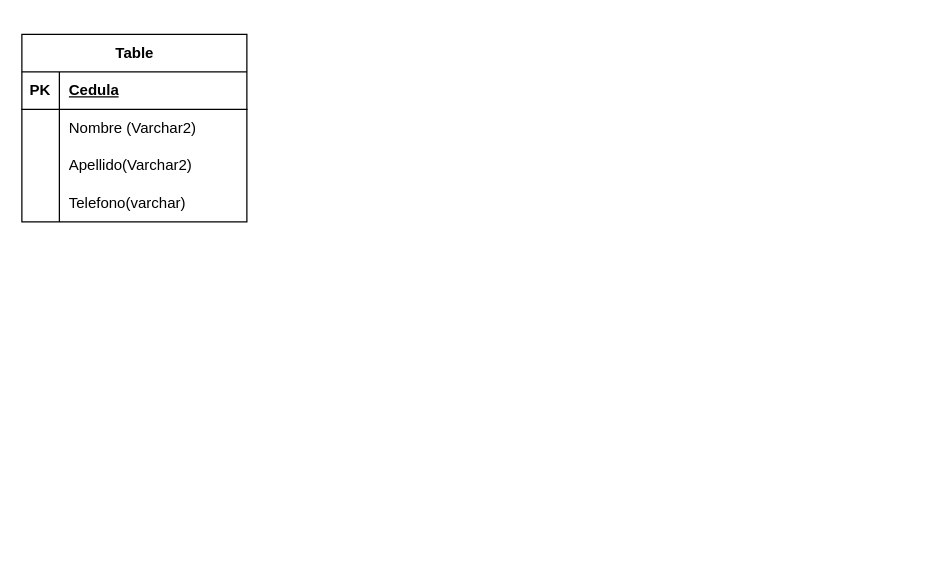
This is Diagrama tarea1 L BD.drawio from StimpyCR/DrawiIO, a draw.io file, before an edit. Source tidied: cells renumbered, new cells numbered last; positions are measured from the earlier drawing's top-left corner, leaving out a move shared by most shapes. Both pictures are drawn from the tidied source at 125%, with x=0, y=0 at pixel (21, 34).
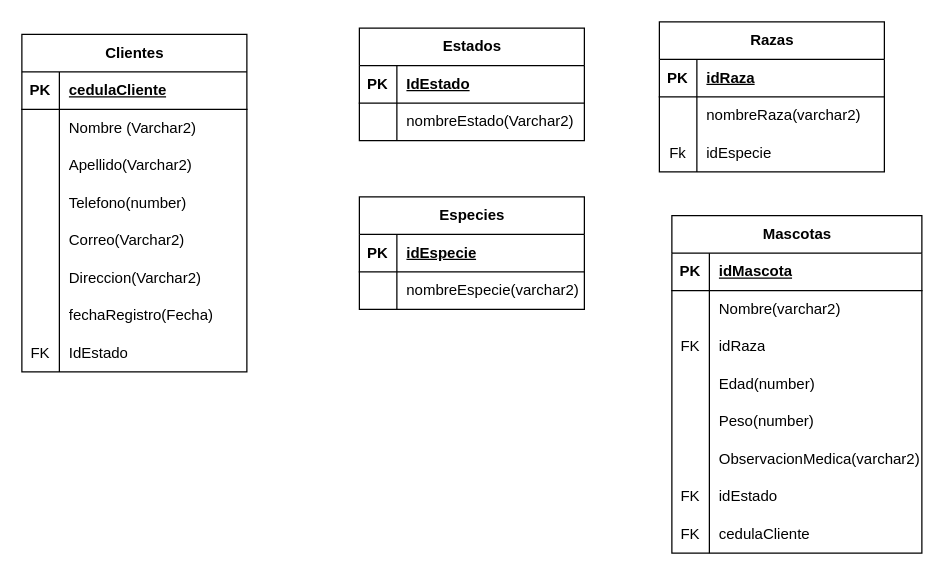
The same diagram, later.

The change refers to these unchanged cells:
```xml
<mxCell id="3" style="shape=tableRow;horizontal=0;startSize=0;swimlaneHead=0;swimlaneBody=0;fillColor=none;top=0;left=0;right=0;bottom=1;" parent="2" vertex="1">
  <mxGeometry y="30" width="180" height="30" as="geometry" />
</mxCell>
<mxCell id="12" style="shape=tableRow;horizontal=0;startSize=0;swimlaneHead=0;swimlaneBody=0;fillColor=none;top=0;left=0;right=0;bottom=0;" parent="2" vertex="1">
  <mxGeometry y="120" width="180" height="30" as="geometry" />
</mxCell>
```

Diff of the diagram source:
```diff
@@
-    <mxCell id="2" value="Table" style="shape=table;startSize=30;childLayout=tableLayout;rowLines=0;fontStyle=1;align=center;html=1;" parent="1" vertex="1">
-      <mxGeometry width="180" height="150" as="geometry" />
+    <mxCell id="2" value="Clientes" style="shape=table;startSize=30;childLayout=tableLayout;rowLines=0;fontStyle=1;align=center;html=1;" parent="1" vertex="1">
+      <mxGeometry width="180" height="270" as="geometry" />
     </mxCell>
@@
-    <mxCell id="5" value="Cedula" style="shape=partialRectangle;fillColor=none;top=0;left=0;bottom=0;right=0;align=left;spacingLeft=6;fontStyle=5;overflow=hidden;whiteSpace=wrap;html=1;" parent="3" vertex="1">
+    <mxCell id="5" value="cedulaCliente" style="shape=partialRectangle;fillColor=none;top=0;left=0;bottom=0;right=0;align=left;spacingLeft=6;fontStyle=5;overflow=hidden;whiteSpace=wrap;html=1;" parent="3" vertex="1">
       <mxGeometry x="30" width="150" height="30" as="geometry" />
     </mxCell>
@@
-    <mxCell id="14" value="Telefono(varchar)" style="shape=partialRectangle;fillColor=none;top=0;left=0;bottom=0;right=0;align=left;spacingLeft=6;overflow=hidden;whiteSpace=wrap;html=1;" parent="12" vertex="1">
+    <mxCell id="14" value="Telefono(number)" style="shape=partialRectangle;fillColor=none;top=0;left=0;bottom=0;right=0;align=left;spacingLeft=6;overflow=hidden;whiteSpace=wrap;html=1;" parent="12" vertex="1">
       <mxGeometry x="30" width="150" height="30" as="geometry" />
     </mxCell>
+    <mxCell id="15" style="shape=tableRow;horizontal=0;startSize=0;swimlaneHead=0;swimlaneBody=0;fillColor=none;top=0;left=0;right=0;bottom=0;" parent="2" vertex="1">
+      <mxGeometry y="150" width="180" height="30" as="geometry" />
+    </mxCell>
+    <mxCell id="16" style="shape=partialRectangle;fillColor=none;top=0;left=0;bottom=0;right=0;overflow=hidden;whiteSpace=wrap;html=1;" parent="15" vertex="1">
+      <mxGeometry width="30" height="30" as="geometry" />
+    </mxCell>
+    <mxCell id="17" value="Correo(Varchar2)" style="shape=partialRectangle;fillColor=none;top=0;left=0;bottom=0;right=0;align=left;spacingLeft=6;overflow=hidden;whiteSpace=wrap;html=1;" parent="15" vertex="1">
+      <mxGeometry x="30" width="150" height="30" as="geometry" />
+    </mxCell>
+    <mxCell id="18" style="shape=tableRow;horizontal=0;startSize=0;swimlaneHead=0;swimlaneBody=0;fillColor=none;top=0;left=0;right=0;bottom=0;" parent="2" vertex="1">
+      <mxGeometry y="180" width="180" height="30" as="geometry" />
+    </mxCell>
+    <mxCell id="19" style="shape=partialRectangle;fillColor=none;top=0;left=0;bottom=0;right=0;overflow=hidden;whiteSpace=wrap;html=1;" parent="18" vertex="1">
+      <mxGeometry width="30" height="30" as="geometry" />
+    </mxCell>
+    <mxCell id="20" value="Direccion(Varchar2)" style="shape=partialRectangle;fillColor=none;top=0;left=0;bottom=0;right=0;align=left;spacingLeft=6;overflow=hidden;whiteSpace=wrap;html=1;" parent="18" vertex="1">
+      <mxGeometry x="30" width="150" height="30" as="geometry" />
+    </mxCell>
+    <mxCell id="21" style="shape=tableRow;horizontal=0;startSize=0;swimlaneHead=0;swimlaneBody=0;fillColor=none;top=0;left=0;right=0;bottom=0;" parent="2" vertex="1">
+      <mxGeometry y="210" width="180" height="30" as="geometry" />
+    </mxCell>
+    <mxCell id="22" style="shape=partialRectangle;fillColor=none;top=0;left=0;bottom=0;right=0;overflow=hidden;whiteSpace=wrap;html=1;" parent="21" vertex="1">
+      <mxGeometry width="30" height="30" as="geometry" />
+    </mxCell>
+    <mxCell id="23" value="fechaRegistro(Fecha)" style="shape=partialRectangle;fillColor=none;top=0;left=0;bottom=0;right=0;align=left;spacingLeft=6;overflow=hidden;whiteSpace=wrap;html=1;" parent="21" vertex="1">
+      <mxGeometry x="30" width="150" height="30" as="geometry" />
+    </mxCell>
+    <mxCell id="24" style="shape=tableRow;horizontal=0;startSize=0;swimlaneHead=0;swimlaneBody=0;fillColor=none;top=0;left=0;right=0;bottom=0;" parent="2" vertex="1">
+      <mxGeometry y="240" width="180" height="30" as="geometry" />
+    </mxCell>
+    <mxCell id="25" value="FK" style="shape=partialRectangle;fillColor=none;top=0;left=0;bottom=0;right=0;overflow=hidden;whiteSpace=wrap;html=1;" parent="24" vertex="1">
+      <mxGeometry width="30" height="30" as="geometry" />
+    </mxCell>
+    <mxCell id="26" value="IdEstado" style="shape=partialRectangle;fillColor=none;top=0;left=0;bottom=0;right=0;align=left;spacingLeft=6;overflow=hidden;whiteSpace=wrap;html=1;" parent="24" vertex="1">
+      <mxGeometry x="30" width="150" height="30" as="geometry" />
+    </mxCell>
+    <mxCell id="27" value="Estados" style="shape=table;startSize=30;childLayout=tableLayout;rowLines=0;fontStyle=1;align=center;html=1;" parent="1" vertex="1">
+      <mxGeometry x="270" y="-5" width="180" height="90" as="geometry" />
+    </mxCell>
+    <mxCell id="28" style="shape=tableRow;horizontal=0;startSize=0;swimlaneHead=0;swimlaneBody=0;fillColor=none;top=0;left=0;right=0;bottom=1;" parent="27" vertex="1">
+      <mxGeometry y="30" width="180" height="30" as="geometry" />
+    </mxCell>
+    <mxCell id="29" value="PK" style="shape=partialRectangle;fillColor=none;top=0;left=0;bottom=0;right=0;fontStyle=1;overflow=hidden;whiteSpace=wrap;html=1;" parent="28" vertex="1">
+      <mxGeometry width="30" height="30" as="geometry" />
+    </mxCell>
+    <mxCell id="30" value="IdEstado" style="shape=partialRectangle;fillColor=none;top=0;left=0;bottom=0;right=0;align=left;spacingLeft=6;fontStyle=5;overflow=hidden;whiteSpace=wrap;html=1;" parent="28" vertex="1">
+      <mxGeometry x="30" width="150" height="30" as="geometry" />
+    </mxCell>
+    <mxCell id="31" style="shape=tableRow;horizontal=0;startSize=0;swimlaneHead=0;swimlaneBody=0;fillColor=none;top=0;left=0;right=0;bottom=0;" parent="27" vertex="1">
+      <mxGeometry y="60" width="180" height="30" as="geometry" />
+    </mxCell>
+    <mxCell id="32" style="shape=partialRectangle;fillColor=none;top=0;left=0;bottom=0;right=0;overflow=hidden;whiteSpace=wrap;html=1;" parent="31" vertex="1">
+      <mxGeometry width="30" height="30" as="geometry" />
+    </mxCell>
+    <mxCell id="33" value="nombreEstado(Varchar2)" style="shape=partialRectangle;fillColor=none;top=0;left=0;bottom=0;right=0;align=left;spacingLeft=6;overflow=hidden;whiteSpace=wrap;html=1;" parent="31" vertex="1">
+      <mxGeometry x="30" width="150" height="30" as="geometry" />
+    </mxCell>
+    <mxCell id="34" value="Especies" style="shape=table;startSize=30;childLayout=tableLayout;rowLines=0;fontStyle=1;align=center;html=1;" parent="1" vertex="1">
+      <mxGeometry x="270" y="130" width="180" height="90" as="geometry" />
+    </mxCell>
+    <mxCell id="35" style="shape=tableRow;horizontal=0;startSize=0;swimlaneHead=0;swimlaneBody=0;fillColor=none;top=0;left=0;right=0;bottom=1;" parent="34" vertex="1">
+      <mxGeometry y="30" width="180" height="30" as="geometry" />
+    </mxCell>
+    <mxCell id="36" value="PK" style="shape=partialRectangle;fillColor=none;top=0;left=0;bottom=0;right=0;fontStyle=1;overflow=hidden;whiteSpace=wrap;html=1;" parent="35" vertex="1">
+      <mxGeometry width="30" height="30" as="geometry" />
+    </mxCell>
+    <mxCell id="37" value="idEspecie" style="shape=partialRectangle;fillColor=none;top=0;left=0;bottom=0;right=0;align=left;spacingLeft=6;fontStyle=5;overflow=hidden;whiteSpace=wrap;html=1;" parent="35" vertex="1">
+      <mxGeometry x="30" width="150" height="30" as="geometry" />
+    </mxCell>
+    <mxCell id="38" style="shape=tableRow;horizontal=0;startSize=0;swimlaneHead=0;swimlaneBody=0;fillColor=none;top=0;left=0;right=0;bottom=0;" parent="34" vertex="1">
+      <mxGeometry y="60" width="180" height="30" as="geometry" />
+    </mxCell>
+    <mxCell id="39" style="shape=partialRectangle;fillColor=none;top=0;left=0;bottom=0;right=0;overflow=hidden;whiteSpace=wrap;html=1;" parent="38" vertex="1">
+      <mxGeometry width="30" height="30" as="geometry" />
+    </mxCell>
+    <mxCell id="40" value="nombreEspecie(varchar2)" style="shape=partialRectangle;fillColor=none;top=0;left=0;bottom=0;right=0;align=left;spacingLeft=6;overflow=hidden;whiteSpace=wrap;html=1;" parent="38" vertex="1">
+      <mxGeometry x="30" width="150" height="30" as="geometry" />
+    </mxCell>
+    <mxCell id="41" value="Razas" style="shape=table;startSize=30;childLayout=tableLayout;rowLines=0;fontStyle=1;align=center;html=1;" parent="1" vertex="1">
+      <mxGeometry x="510" y="-10" width="180" height="120" as="geometry" />
+    </mxCell>
+    <mxCell id="42" style="shape=tableRow;horizontal=0;startSize=0;swimlaneHead=0;swimlaneBody=0;fillColor=none;top=0;left=0;right=0;bottom=1;" parent="41" vertex="1">
+      <mxGeometry y="30" width="180" height="30" as="geometry" />
+    </mxCell>
+    <mxCell id="43" value="PK" style="shape=partialRectangle;fillColor=none;top=0;left=0;bottom=0;right=0;fontStyle=1;overflow=hidden;whiteSpace=wrap;html=1;" parent="42" vertex="1">
+      <mxGeometry width="30" height="30" as="geometry" />
+    </mxCell>
+    <mxCell id="44" value="idRaza" style="shape=partialRectangle;fillColor=none;top=0;left=0;bottom=0;right=0;align=left;spacingLeft=6;fontStyle=5;overflow=hidden;whiteSpace=wrap;html=1;" parent="42" vertex="1">
+      <mxGeometry x="30" width="150" height="30" as="geometry" />
+    </mxCell>
+    <mxCell id="45" style="shape=tableRow;horizontal=0;startSize=0;swimlaneHead=0;swimlaneBody=0;fillColor=none;top=0;left=0;right=0;bottom=0;" parent="41" vertex="1">
+      <mxGeometry y="60" width="180" height="30" as="geometry" />
+    </mxCell>
+    <mxCell id="46" style="shape=partialRectangle;fillColor=none;top=0;left=0;bottom=0;right=0;overflow=hidden;whiteSpace=wrap;html=1;" parent="45" vertex="1">
+      <mxGeometry width="30" height="30" as="geometry" />
+    </mxCell>
+    <mxCell id="47" value="nombreRaza(varchar2)" style="shape=partialRectangle;fillColor=none;top=0;left=0;bottom=0;right=0;align=left;spacingLeft=6;overflow=hidden;whiteSpace=wrap;html=1;" parent="45" vertex="1">
+      <mxGeometry x="30" width="150" height="30" as="geometry" />
+    </mxCell>
+    <mxCell id="48" style="shape=tableRow;horizontal=0;startSize=0;swimlaneHead=0;swimlaneBody=0;fillColor=none;top=0;left=0;right=0;bottom=0;" parent="41" vertex="1">
+      <mxGeometry y="90" width="180" height="30" as="geometry" />
+    </mxCell>
+    <mxCell id="49" value="Fk" style="shape=partialRectangle;fillColor=none;top=0;left=0;bottom=0;right=0;overflow=hidden;whiteSpace=wrap;html=1;" parent="48" vertex="1">
+      <mxGeometry width="30" height="30" as="geometry" />
+    </mxCell>
+    <mxCell id="50" value="idEspecie" style="shape=partialRectangle;fillColor=none;top=0;left=0;bottom=0;right=0;align=left;spacingLeft=6;overflow=hidden;whiteSpace=wrap;html=1;" parent="48" vertex="1">
+      <mxGeometry x="30" width="150" height="30" as="geometry" />
+    </mxCell>
+    <mxCell id="51" value="Mascotas" style="shape=table;startSize=30;childLayout=tableLayout;rowLines=0;fontStyle=1;align=center;html=1;" parent="1" vertex="1">
+      <mxGeometry x="520" y="145" width="200" height="270" as="geometry" />
+    </mxCell>
+    <mxCell id="52" style="shape=tableRow;horizontal=0;startSize=0;swimlaneHead=0;swimlaneBody=0;fillColor=none;top=0;left=0;right=0;bottom=1;" parent="51" vertex="1">
+      <mxGeometry y="30" width="200" height="30" as="geometry" />
+    </mxCell>
+    <mxCell id="53" value="PK" style="shape=partialRectangle;fillColor=none;top=0;left=0;bottom=0;right=0;fontStyle=1;overflow=hidden;whiteSpace=wrap;html=1;" parent="52" vertex="1">
+      <mxGeometry width="30" height="30" as="geometry" />
+    </mxCell>
+    <mxCell id="54" value="idMascota" style="shape=partialRectangle;fillColor=none;top=0;left=0;bottom=0;right=0;align=left;spacingLeft=6;fontStyle=5;overflow=hidden;whiteSpace=wrap;html=1;" parent="52" vertex="1">
+      <mxGeometry x="30" width="170" height="30" as="geometry" />
+    </mxCell>
+    <mxCell id="55" style="shape=tableRow;horizontal=0;startSize=0;swimlaneHead=0;swimlaneBody=0;fillColor=none;top=0;left=0;right=0;bottom=0;" parent="51" vertex="1">
+      <mxGeometry y="60" width="200" height="30" as="geometry" />
+    </mxCell>
+    <mxCell id="56" style="shape=partialRectangle;fillColor=none;top=0;left=0;bottom=0;right=0;overflow=hidden;whiteSpace=wrap;html=1;" parent="55" vertex="1">
+      <mxGeometry width="30" height="30" as="geometry" />
+    </mxCell>
+    <mxCell id="57" value="Nombre(varchar2)" style="shape=partialRectangle;fillColor=none;top=0;left=0;bottom=0;right=0;align=left;spacingLeft=6;overflow=hidden;whiteSpace=wrap;html=1;" parent="55" vertex="1">
+      <mxGeometry x="30" width="170" height="30" as="geometry" />
+    </mxCell>
+    <mxCell id="58" style="shape=tableRow;horizontal=0;startSize=0;swimlaneHead=0;swimlaneBody=0;fillColor=none;top=0;left=0;right=0;bottom=0;" parent="51" vertex="1">
+      <mxGeometry y="90" width="200" height="30" as="geometry" />
+    </mxCell>
+    <mxCell id="59" value="FK" style="shape=partialRectangle;fillColor=none;top=0;left=0;bottom=0;right=0;overflow=hidden;whiteSpace=wrap;html=1;" parent="58" vertex="1">
+      <mxGeometry width="30" height="30" as="geometry" />
+    </mxCell>
+    <mxCell id="60" value="idRaza" style="shape=partialRectangle;fillColor=none;top=0;left=0;bottom=0;right=0;align=left;spacingLeft=6;overflow=hidden;whiteSpace=wrap;html=1;" parent="58" vertex="1">
+      <mxGeometry x="30" width="170" height="30" as="geometry" />
+    </mxCell>
+    <mxCell id="61" style="shape=tableRow;horizontal=0;startSize=0;swimlaneHead=0;swimlaneBody=0;fillColor=none;top=0;left=0;right=0;bottom=0;" parent="51" vertex="1">
+      <mxGeometry y="120" width="200" height="30" as="geometry" />
+    </mxCell>
+    <mxCell id="62" style="shape=partialRectangle;fillColor=none;top=0;left=0;bottom=0;right=0;overflow=hidden;whiteSpace=wrap;html=1;" parent="61" vertex="1">
+      <mxGeometry width="30" height="30" as="geometry" />
+    </mxCell>
+    <mxCell id="63" value="Edad(number)" style="shape=partialRectangle;fillColor=none;top=0;left=0;bottom=0;right=0;align=left;spacingLeft=6;overflow=hidden;whiteSpace=wrap;html=1;" parent="61" vertex="1">
+      <mxGeometry x="30" width="170" height="30" as="geometry" />
+    </mxCell>
+    <mxCell id="64" style="shape=tableRow;horizontal=0;startSize=0;swimlaneHead=0;swimlaneBody=0;fillColor=none;top=0;left=0;right=0;bottom=0;" parent="51" vertex="1">
+      <mxGeometry y="150" width="200" height="30" as="geometry" />
+    </mxCell>
+    <mxCell id="65" style="shape=partialRectangle;fillColor=none;top=0;left=0;bottom=0;right=0;overflow=hidden;whiteSpace=wrap;html=1;" parent="64" vertex="1">
+      <mxGeometry width="30" height="30" as="geometry" />
+    </mxCell>
+    <mxCell id="66" value="Peso(number)" style="shape=partialRectangle;fillColor=none;top=0;left=0;bottom=0;right=0;align=left;spacingLeft=6;overflow=hidden;whiteSpace=wrap;html=1;" parent="64" vertex="1">
+      <mxGeometry x="30" width="170" height="30" as="geometry" />
+    </mxCell>
+    <mxCell id="67" style="shape=tableRow;horizontal=0;startSize=0;swimlaneHead=0;swimlaneBody=0;fillColor=none;top=0;left=0;right=0;bottom=0;" parent="51" vertex="1">
+      <mxGeometry y="180" width="200" height="30" as="geometry" />
+    </mxCell>
+    <mxCell id="68" style="shape=partialRectangle;fillColor=none;top=0;left=0;bottom=0;right=0;overflow=hidden;whiteSpace=wrap;html=1;" parent="67" vertex="1">
+      <mxGeometry width="30" height="30" as="geometry" />
+    </mxCell>
+    <mxCell id="69" value="ObservacionMedica(varchar2)" style="shape=partialRectangle;fillColor=none;top=0;left=0;bottom=0;right=0;align=left;spacingLeft=6;overflow=hidden;whiteSpace=wrap;html=1;" parent="67" vertex="1">
+      <mxGeometry x="30" width="170" height="30" as="geometry" />
+    </mxCell>
+    <mxCell id="70" style="shape=tableRow;horizontal=0;startSize=0;swimlaneHead=0;swimlaneBody=0;fillColor=none;top=0;left=0;right=0;bottom=0;" parent="51" vertex="1">
+      <mxGeometry y="210" width="200" height="30" as="geometry" />
+    </mxCell>
+    <mxCell id="71" value="FK" style="shape=partialRectangle;fillColor=none;top=0;left=0;bottom=0;right=0;overflow=hidden;whiteSpace=wrap;html=1;" parent="70" vertex="1">
+      <mxGeometry width="30" height="30" as="geometry" />
+    </mxCell>
+    <mxCell id="72" value="idEstado" style="shape=partialRectangle;fillColor=none;top=0;left=0;bottom=0;right=0;align=left;spacingLeft=6;overflow=hidden;whiteSpace=wrap;html=1;" parent="70" vertex="1">
+      <mxGeometry x="30" width="170" height="30" as="geometry" />
+    </mxCell>
+    <mxCell id="73" style="shape=tableRow;horizontal=0;startSize=0;swimlaneHead=0;swimlaneBody=0;fillColor=none;top=0;left=0;right=0;bottom=0;" parent="51" vertex="1">
+      <mxGeometry y="240" width="200" height="30" as="geometry" />
+    </mxCell>
+    <mxCell id="74" value="FK" style="shape=partialRectangle;fillColor=none;top=0;left=0;bottom=0;right=0;overflow=hidden;whiteSpace=wrap;html=1;" parent="73" vertex="1">
+      <mxGeometry width="30" height="30" as="geometry" />
+    </mxCell>
+    <mxCell id="75" value="cedulaCliente" style="shape=partialRectangle;fillColor=none;top=0;left=0;bottom=0;right=0;align=left;spacingLeft=6;overflow=hidden;whiteSpace=wrap;html=1;" parent="73" vertex="1">
+      <mxGeometry x="30" width="170" height="30" as="geometry" />
+    </mxCell>
```
